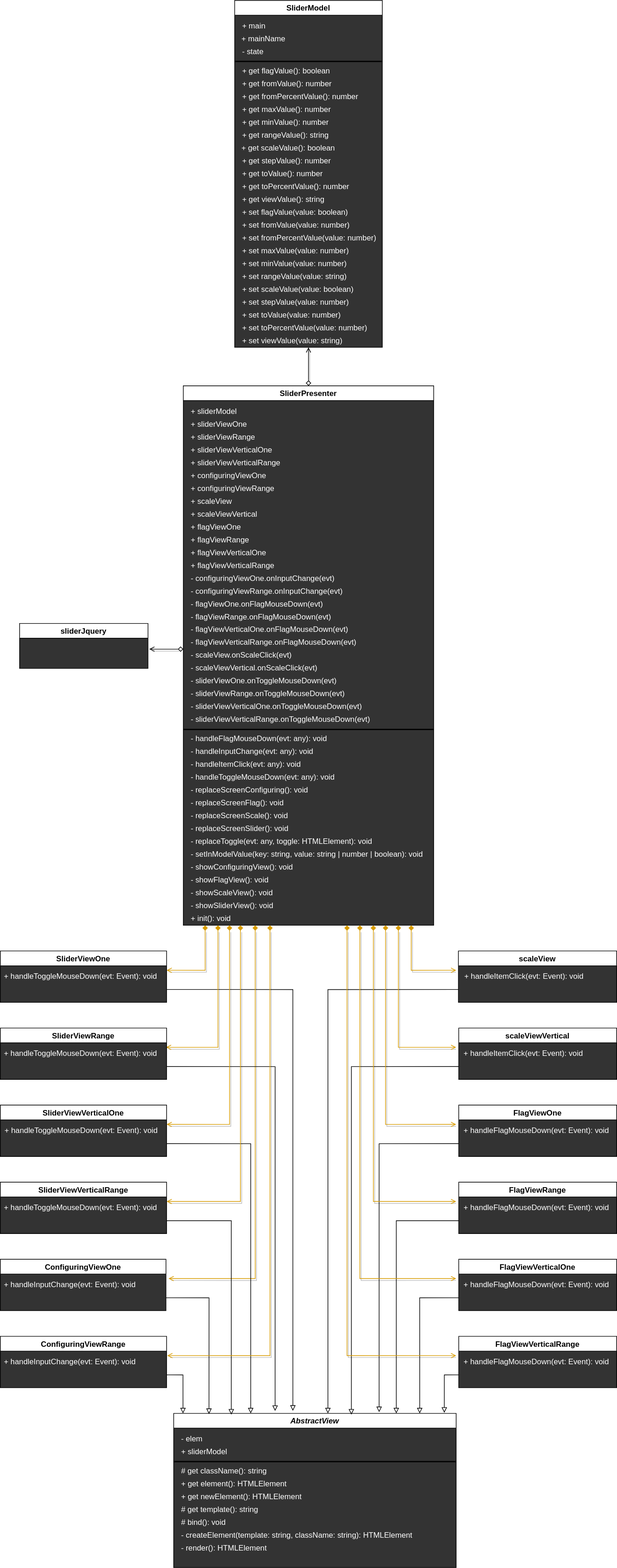
The draw.io diagram UML.svg in webproject67/Slider, before a commit. Source tidied: cells renumbered, new cells last; positions are measured from the earlier drawing's top-left corner, leaving out a move shared by most shapes.
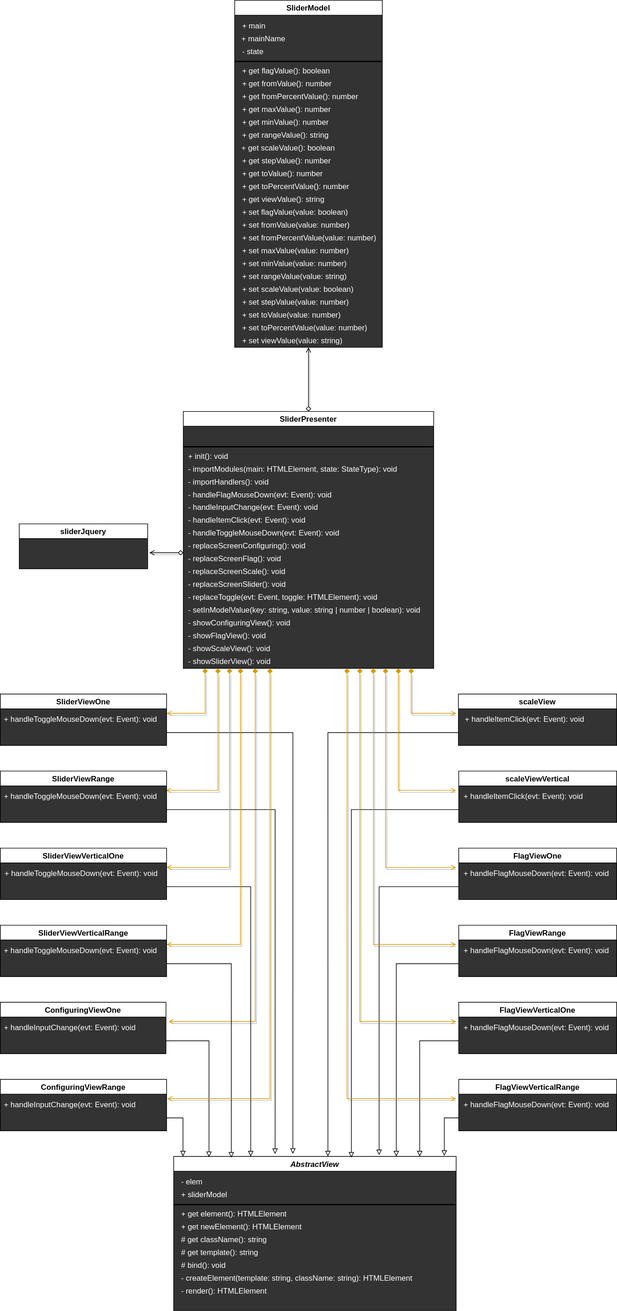
After the commit.

What changed in the source:
```diff
@@ -6,7 +6,7 @@
       <mxGeometry relative="1" as="geometry" />
     </mxCell>
     <mxCell id="3" value="SliderModel" style="swimlane;startSize=23;swimlaneFillColor=#333333;" parent="1" vertex="1">
-      <mxGeometry x="365" width="230" height="540" as="geometry" />
+      <mxGeometry x="365" y="400" width="230" height="540" as="geometry" />
     </mxCell>
     <mxCell id="4" value="&lt;font color=&quot;#ffffff&quot;&gt;- state&lt;/font&gt;" style="text;html=1;align=left;verticalAlign=middle;" parent="3" vertex="1">
       <mxGeometry x="10" y="70" width="50" height="20" as="geometry" />
@@ -90,10 +90,10 @@
       <mxGeometry x="270" y="2200" width="440" height="240" as="geometry" />
     </mxCell>
     <mxCell id="31" value="&lt;div style=&quot;line-height: 19px&quot;&gt;&lt;font style=&quot;font-size: 12px&quot; color=&quot;#ffffff&quot;&gt;+ get element(): HTMLElement&lt;/font&gt;&lt;/div&gt;" style="text;html=1;align=left;verticalAlign=middle;" parent="30" vertex="1">
-      <mxGeometry x="10" y="100" width="180" height="20" as="geometry" />
+      <mxGeometry x="10" y="80" width="180" height="20" as="geometry" />
     </mxCell>
     <mxCell id="32" value="&lt;div style=&quot;line-height: 19px&quot;&gt;&lt;font style=&quot;font-size: 12px&quot; color=&quot;#ffffff&quot;&gt;# get className(): string&lt;/font&gt;&lt;/div&gt;" style="text;html=1;align=left;verticalAlign=middle;" parent="30" vertex="1">
-      <mxGeometry x="10" y="80" width="150" height="20" as="geometry" />
+      <mxGeometry x="10" y="120" width="150" height="20" as="geometry" />
     </mxCell>
     <mxCell id="33" value="&lt;div style=&quot;line-height: 19px&quot;&gt;&lt;font style=&quot;font-size: 12px&quot; color=&quot;#ffffff&quot;&gt;# get template(): string&lt;/font&gt;&lt;/div&gt;" style="text;html=1;align=left;verticalAlign=middle;" parent="30" vertex="1">
       <mxGeometry x="10" y="140" width="140" height="20" as="geometry" />
@@ -117,7 +117,7 @@
       <mxGeometry x="10" y="200" width="150" height="20" as="geometry" />
     </mxCell>
     <mxCell id="40" value="&lt;div style=&quot;line-height: 19px&quot;&gt;&lt;font style=&quot;font-size: 12px&quot; color=&quot;#ffffff&quot;&gt;+ get newElement(): HTMLElement&lt;/font&gt;&lt;/div&gt;" style="text;html=1;align=left;verticalAlign=middle;" parent="30" vertex="1">
-      <mxGeometry x="10" y="120" width="200" height="20" as="geometry" />
+      <mxGeometry x="10" y="100" width="200" height="20" as="geometry" />
     </mxCell>
     <mxCell id="41" style="edgeStyle=orthogonalEdgeStyle;rounded=0;jettySize=auto;html=1;endArrow=block;endFill=0;exitX=1;exitY=0.75;exitDx=0;exitDy=0;entryX=0.422;entryY=-0.017;entryDx=0;entryDy=0;entryPerimeter=0;" parent="1" edge="1" source="43" target="30">
       <mxGeometry relative="1" as="geometry" />
@@ -138,131 +138,62 @@
       <mxGeometry x="4" y="30" width="250" height="20" as="geometry" />
     </mxCell>
     <mxCell id="46" value="SliderPresenter" style="swimlane;swimlaneFillColor=#333333;" parent="1" vertex="1">
-      <mxGeometry x="285" y="600" width="390" height="840" as="geometry" />
+      <mxGeometry x="285" y="1040" width="390" height="400" as="geometry" />
     </mxCell>
     <mxCell id="47" style="line;strokeWidth=2;html=1;" parent="46" vertex="1">
-      <mxGeometry y="530" width="390" height="10" as="geometry" />
+      <mxGeometry y="50" width="390" height="10" as="geometry" />
     </mxCell>
     <mxCell id="48" value="&lt;div style=&quot;line-height: 19px&quot;&gt;&lt;font style=&quot;font-size: 12px&quot; color=&quot;#ffffff&quot;&gt;- setInModelValue(key: string, value: string | number | boolean): void&lt;/font&gt;&lt;/div&gt;" style="text;html=1;align=left;verticalAlign=middle;" parent="46" vertex="1">
-      <mxGeometry x="10" y="720" width="380" height="20" as="geometry" />
+      <mxGeometry x="6" y="300" width="380" height="20" as="geometry" />
     </mxCell>
-    <mxCell id="49" value="&lt;font color=&quot;#ffffff&quot;&gt;+ sliderModel&lt;/font&gt;" style="text;html=1;align=left;verticalAlign=middle;" parent="46" vertex="1">
-      <mxGeometry x="10" y="30" width="90" height="20" as="geometry" />
-    </mxCell>
-    <mxCell id="50" value="&lt;font color=&quot;#ffffff&quot;&gt;+ sliderViewOne&lt;/font&gt;" style="text;html=1;align=left;verticalAlign=middle;" parent="46" vertex="1">
-      <mxGeometry x="10" y="50" width="100" height="20" as="geometry" />
-    </mxCell>
-    <mxCell id="51" value="&lt;font color=&quot;#ffffff&quot;&gt;+ sliderViewRange&lt;/font&gt;" style="text;html=1;align=left;verticalAlign=middle;" parent="46" vertex="1">
-      <mxGeometry x="10" y="70" width="120" height="20" as="geometry" />
-    </mxCell>
-    <mxCell id="52" value="&lt;font color=&quot;#ffffff&quot;&gt;+ sliderViewVerticalOne&lt;/font&gt;" style="text;html=1;align=left;verticalAlign=middle;" parent="46" vertex="1">
-      <mxGeometry x="10" y="90" width="140" height="20" as="geometry" />
-    </mxCell>
-    <mxCell id="53" value="&lt;font color=&quot;#ffffff&quot;&gt;+ sliderViewVerticalRange&lt;/font&gt;" style="text;html=1;align=left;verticalAlign=middle;" parent="46" vertex="1">
-      <mxGeometry x="10" y="110" width="160" height="20" as="geometry" />
-    </mxCell>
     <mxCell id="54" value="&lt;div style=&quot;line-height: 19px&quot;&gt;&lt;font style=&quot;font-size: 12px&quot; color=&quot;#ffffff&quot;&gt;- showConfiguringView(): void&lt;/font&gt;&lt;/div&gt;" style="text;html=1;align=left;verticalAlign=middle;" parent="46" vertex="1">
-      <mxGeometry x="10" y="740" width="170" height="20" as="geometry" />
+      <mxGeometry x="6" y="320" width="170" height="20" as="geometry" />
     </mxCell>
-    <mxCell id="55" value="&lt;font color=&quot;#ffffff&quot;&gt;+ configuringViewOne&lt;/font&gt;" style="text;html=1;align=left;verticalAlign=middle;" parent="46" vertex="1">
-      <mxGeometry x="10" y="130" width="130" height="20" as="geometry" />
-    </mxCell>
-    <mxCell id="56" value="&lt;font color=&quot;#ffffff&quot;&gt;+ configuringViewRange&lt;/font&gt;" style="text;html=1;align=left;verticalAlign=middle;" parent="46" vertex="1">
-      <mxGeometry x="10" y="150" width="150" height="20" as="geometry" />
-    </mxCell>
-    <mxCell id="57" value="&lt;font color=&quot;#ffffff&quot;&gt;+ scaleView&lt;/font&gt;" style="text;html=1;align=left;verticalAlign=middle;" parent="46" vertex="1">
-      <mxGeometry x="10" y="170" width="80" height="20" as="geometry" />
-    </mxCell>
-    <mxCell id="58" value="&lt;font color=&quot;#ffffff&quot;&gt;+ scaleViewVertical&lt;/font&gt;" style="text;html=1;align=left;verticalAlign=middle;" parent="46" vertex="1">
-      <mxGeometry x="10" y="190" width="120" height="20" as="geometry" />
-    </mxCell>
-    <mxCell id="59" value="&lt;font color=&quot;#ffffff&quot;&gt;+ flagViewOne&lt;/font&gt;" style="text;html=1;align=left;verticalAlign=middle;" parent="46" vertex="1">
-      <mxGeometry x="10" y="210" width="90" height="20" as="geometry" />
-    </mxCell>
-    <mxCell id="60" value="&lt;font color=&quot;#ffffff&quot;&gt;+ flagViewRange&lt;/font&gt;" style="text;html=1;align=left;verticalAlign=middle;" parent="46" vertex="1">
-      <mxGeometry x="10" y="230" width="110" height="20" as="geometry" />
-    </mxCell>
-    <mxCell id="61" value="&lt;font color=&quot;#ffffff&quot;&gt;+ flagViewVerticalOne&lt;/font&gt;" style="text;html=1;align=left;verticalAlign=middle;" parent="46" vertex="1">
-      <mxGeometry x="10" y="250" width="130" height="20" as="geometry" />
-    </mxCell>
-    <mxCell id="62" value="&lt;font color=&quot;#ffffff&quot;&gt;+ flagViewVerticalRange&lt;/font&gt;" style="text;html=1;align=left;verticalAlign=middle;" parent="46" vertex="1">
-      <mxGeometry x="10" y="270" width="150" height="20" as="geometry" />
-    </mxCell>
     <mxCell id="63" value="&lt;div style=&quot;line-height: 19px&quot;&gt;&lt;font style=&quot;font-size: 12px&quot; color=&quot;#ffffff&quot;&gt;- showFlagView(): void&lt;/font&gt;&lt;/div&gt;" style="text;html=1;align=left;verticalAlign=middle;" parent="46" vertex="1">
-      <mxGeometry x="10" y="760" width="140" height="20" as="geometry" />
+      <mxGeometry x="6" y="340" width="140" height="20" as="geometry" />
     </mxCell>
     <mxCell id="64" value="&lt;div style=&quot;line-height: 19px&quot;&gt;&lt;font style=&quot;font-size: 12px&quot; color=&quot;#ffffff&quot;&gt;- showScaleView(): void&lt;/font&gt;&lt;/div&gt;" style="text;html=1;align=left;verticalAlign=middle;" parent="46" vertex="1">
-      <mxGeometry x="10" y="780" width="140" height="20" as="geometry" />
+      <mxGeometry x="6" y="360" width="140" height="20" as="geometry" />
     </mxCell>
-    <mxCell id="65" value="&lt;div style=&quot;line-height: 19px&quot;&gt;&lt;font style=&quot;font-size: 12px&quot; color=&quot;#ffffff&quot;&gt;- sliderViewOne.onToggleMouseDown(evt)&lt;/font&gt;&lt;/div&gt;" style="text;html=1;align=left;verticalAlign=middle;" parent="46" vertex="1">
-      <mxGeometry x="10" y="450" width="240" height="20" as="geometry" />
-    </mxCell>
-    <mxCell id="66" value="&lt;div style=&quot;line-height: 19px&quot;&gt;&lt;font style=&quot;font-size: 12px&quot; color=&quot;#ffffff&quot;&gt;- sliderViewRange.onToggleMouseDown(evt)&lt;/font&gt;&lt;/div&gt;" style="text;html=1;align=left;verticalAlign=middle;" parent="46" vertex="1">
-      <mxGeometry x="10" y="470" width="260" height="20" as="geometry" />
-    </mxCell>
-    <mxCell id="67" value="&lt;div style=&quot;line-height: 19px&quot;&gt;&lt;font style=&quot;font-size: 12px&quot; color=&quot;#ffffff&quot;&gt;- sliderViewVerticalRange.onToggleMouseDown(evt)&lt;/font&gt;&lt;/div&gt;" style="text;html=1;align=left;verticalAlign=middle;" parent="46" vertex="1">
-      <mxGeometry x="10" y="510" width="290" height="20" as="geometry" />
-    </mxCell>
-    <mxCell id="68" value="&lt;div style=&quot;line-height: 19px&quot;&gt;&lt;font style=&quot;font-size: 12px&quot; color=&quot;#ffffff&quot;&gt;- sliderViewVerticalOne.onToggleMouseDown(evt)&lt;/font&gt;&lt;/div&gt;" style="text;html=1;align=left;verticalAlign=middle;" parent="46" vertex="1">
-      <mxGeometry x="10" y="490" width="280" height="20" as="geometry" />
-    </mxCell>
-    <mxCell id="69" value="&lt;div style=&quot;line-height: 19px&quot;&gt;&lt;font style=&quot;font-size: 12px&quot; color=&quot;#ffffff&quot;&gt;- configuringViewOne.onInputChange(evt)&lt;/font&gt;&lt;/div&gt;" style="text;html=1;align=left;verticalAlign=middle;" parent="46" vertex="1">
-      <mxGeometry x="10" y="290" width="240" height="20" as="geometry" />
-    </mxCell>
-    <mxCell id="70" value="&lt;div style=&quot;line-height: 19px&quot;&gt;&lt;font style=&quot;font-size: 12px&quot; color=&quot;#ffffff&quot;&gt;- configuringViewRange.onInputChange(evt)&lt;/font&gt;&lt;/div&gt;" style="text;html=1;align=left;verticalAlign=middle;" parent="46" vertex="1">
-      <mxGeometry x="10" y="310" width="250" height="20" as="geometry" />
-    </mxCell>
-    <mxCell id="71" value="&lt;font color=&quot;#ffffff&quot;&gt;- scaleView.onScaleClick(evt)&lt;/font&gt;" style="text;html=1;align=left;verticalAlign=middle;" parent="46" vertex="1">
-      <mxGeometry x="10" y="410" width="170" height="20" as="geometry" />
-    </mxCell>
-    <mxCell id="72" value="&lt;font color=&quot;#ffffff&quot;&gt;- scaleViewVertical.onScaleClick(evt)&lt;/font&gt;" style="text;html=1;align=left;verticalAlign=middle;" parent="46" vertex="1">
-      <mxGeometry x="10" y="430" width="210" height="20" as="geometry" />
-    </mxCell>
-    <mxCell id="73" value="&lt;div style=&quot;line-height: 19px&quot;&gt;&lt;font style=&quot;font-size: 12px&quot; color=&quot;#ffffff&quot;&gt;- flagViewOne.onFlagMouseDown(evt)&lt;/font&gt;&lt;/div&gt;" style="text;html=1;align=left;verticalAlign=middle;" parent="46" vertex="1">
-      <mxGeometry x="10" y="330" width="220" height="20" as="geometry" />
-    </mxCell>
-    <mxCell id="74" value="&lt;div style=&quot;line-height: 19px&quot;&gt;&lt;font style=&quot;font-size: 12px&quot; color=&quot;#ffffff&quot;&gt;- flagViewRange.onFlagMouseDown(evt)&lt;/font&gt;&lt;/div&gt;" style="text;html=1;align=left;verticalAlign=middle;" parent="46" vertex="1">
-      <mxGeometry x="10" y="350" width="230" height="20" as="geometry" />
-    </mxCell>
-    <mxCell id="75" value="&lt;div style=&quot;line-height: 19px&quot;&gt;&lt;font style=&quot;font-size: 12px&quot; color=&quot;#ffffff&quot;&gt;- flagViewVerticalRange.onFlagMouseDown(evt)&lt;/font&gt;&lt;/div&gt;" style="text;html=1;align=left;verticalAlign=middle;" parent="46" vertex="1">
-      <mxGeometry x="10" y="390" width="270" height="20" as="geometry" />
-    </mxCell>
-    <mxCell id="76" value="&lt;div style=&quot;line-height: 19px&quot;&gt;&lt;font style=&quot;font-size: 12px&quot; color=&quot;#ffffff&quot;&gt;- flagViewVerticalOne.onFlagMouseDown(evt)&lt;/font&gt;&lt;/div&gt;" style="text;html=1;align=left;verticalAlign=middle;" parent="46" vertex="1">
-      <mxGeometry x="10" y="370" width="260" height="20" as="geometry" />
-    </mxCell>
     <mxCell id="77" value="&lt;div style=&quot;line-height: 19px&quot;&gt;&lt;font style=&quot;font-size: 12px&quot; color=&quot;#ffffff&quot;&gt;- replaceScreenConfiguring(): void&lt;/font&gt;&lt;/div&gt;" style="text;html=1;align=left;verticalAlign=middle;" parent="46" vertex="1">
-      <mxGeometry x="10" y="620" width="200" height="20" as="geometry" />
+      <mxGeometry x="6" y="200" width="200" height="20" as="geometry" />
     </mxCell>
     <mxCell id="78" value="&lt;div style=&quot;line-height: 19px&quot;&gt;&lt;font style=&quot;font-size: 12px&quot; color=&quot;#ffffff&quot;&gt;- replaceScreenFlag(): void&lt;/font&gt;&lt;/div&gt;" style="text;html=1;align=left;verticalAlign=middle;" parent="46" vertex="1">
-      <mxGeometry x="10" y="640" width="160" height="20" as="geometry" />
+      <mxGeometry x="6" y="220" width="160" height="20" as="geometry" />
     </mxCell>
-    <mxCell id="79" value="&lt;div style=&quot;line-height: 19px&quot;&gt;&lt;font style=&quot;font-size: 12px&quot; color=&quot;#ffffff&quot;&gt;+ init(): void&lt;/font&gt;&lt;/div&gt;" style="text;html=1;align=left;verticalAlign=middle;" parent="46" vertex="1">
-      <mxGeometry x="10" y="820" width="80" height="20" as="geometry" />
-    </mxCell>
     <mxCell id="80" value="&lt;div style=&quot;line-height: 19px&quot;&gt;&lt;font style=&quot;font-size: 12px&quot; color=&quot;#ffffff&quot;&gt;- replaceScreenScale(): void&lt;/font&gt;&lt;/div&gt;" style="text;html=1;align=left;verticalAlign=middle;" parent="46" vertex="1">
-      <mxGeometry x="10" y="660" width="170" height="20" as="geometry" />
+      <mxGeometry x="6" y="240" width="170" height="20" as="geometry" />
     </mxCell>
     <mxCell id="81" value="&lt;div style=&quot;line-height: 19px&quot;&gt;&lt;font style=&quot;font-size: 12px&quot; color=&quot;#ffffff&quot;&gt;- replaceScreenSlider(): void&lt;/font&gt;&lt;/div&gt;" style="text;html=1;align=left;verticalAlign=middle;" parent="46" vertex="1">
-      <mxGeometry x="10" y="680" width="170" height="20" as="geometry" />
+      <mxGeometry x="6" y="260" width="170" height="20" as="geometry" />
     </mxCell>
-    <mxCell id="82" value="&lt;div style=&quot;line-height: 19px&quot;&gt;&lt;font style=&quot;font-size: 12px&quot; color=&quot;#ffffff&quot;&gt;- replaceToggle(evt: any, toggle: HTMLElement): void&lt;/font&gt;&lt;/div&gt;" style="text;html=1;align=left;verticalAlign=middle;" parent="46" vertex="1">
-      <mxGeometry x="10" y="700" width="300" height="20" as="geometry" />
+    <mxCell id="82" value="&lt;div style=&quot;line-height: 19px&quot;&gt;&lt;font style=&quot;font-size: 12px&quot; color=&quot;#ffffff&quot;&gt;- replaceToggle(evt: Event, toggle: HTMLElement): void&lt;/font&gt;&lt;/div&gt;" style="text;html=1;align=left;verticalAlign=middle;" parent="46" vertex="1">
+      <mxGeometry x="6" y="280" width="310" height="20" as="geometry" />
     </mxCell>
     <mxCell id="83" value="&lt;div style=&quot;line-height: 19px&quot;&gt;&lt;font style=&quot;font-size: 12px&quot; color=&quot;#ffffff&quot;&gt;- showSliderView(): void&lt;/font&gt;&lt;/div&gt;" style="text;html=1;align=left;verticalAlign=middle;" parent="46" vertex="1">
-      <mxGeometry x="10" y="800" width="140" height="20" as="geometry" />
+      <mxGeometry x="6" y="380" width="140" height="20" as="geometry" />
     </mxCell>
-    <mxCell id="84" value="&lt;div style=&quot;line-height: 19px&quot;&gt;&lt;font style=&quot;font-size: 12px&quot; color=&quot;#ffffff&quot;&gt;- handleFlagMouseDown(evt: any): void&lt;/font&gt;&lt;/div&gt;" style="text;html=1;align=left;verticalAlign=middle;" parent="46" vertex="1">
-      <mxGeometry x="10" y="540" width="230" height="20" as="geometry" />
+    <mxCell id="84" value="&lt;div style=&quot;line-height: 19px&quot;&gt;&lt;font style=&quot;font-size: 12px&quot; color=&quot;#ffffff&quot;&gt;- handleFlagMouseDown(evt: Event): void&lt;/font&gt;&lt;/div&gt;" style="text;html=1;align=left;verticalAlign=middle;" parent="46" vertex="1">
+      <mxGeometry x="6" y="120" width="240" height="20" as="geometry" />
     </mxCell>
-    <mxCell id="85" value="&lt;div style=&quot;line-height: 19px&quot;&gt;&lt;font style=&quot;font-size: 12px&quot; color=&quot;#ffffff&quot;&gt;- handleItemClick(evt: any): void&lt;/font&gt;&lt;/div&gt;" style="text;html=1;align=left;verticalAlign=middle;" parent="46" vertex="1">
-      <mxGeometry x="10" y="580" width="190" height="20" as="geometry" />
+    <mxCell id="85" value="&lt;div style=&quot;line-height: 19px&quot;&gt;&lt;font style=&quot;font-size: 12px&quot; color=&quot;#ffffff&quot;&gt;- handleItemClick(evt: Event): void&lt;/font&gt;&lt;/div&gt;" style="text;html=1;align=left;verticalAlign=middle;" parent="46" vertex="1">
+      <mxGeometry x="6" y="160" width="200" height="20" as="geometry" />
     </mxCell>
-    <mxCell id="86" value="&lt;div style=&quot;line-height: 19px&quot;&gt;&lt;font style=&quot;font-size: 12px&quot; color=&quot;#ffffff&quot;&gt;- handleInputChange(evt: any): void&lt;/font&gt;&lt;/div&gt;" style="text;html=1;align=left;verticalAlign=middle;" parent="46" vertex="1">
-      <mxGeometry x="10" y="560" width="210" height="20" as="geometry" />
+    <mxCell id="86" value="&lt;div style=&quot;line-height: 19px&quot;&gt;&lt;font style=&quot;font-size: 12px&quot; color=&quot;#ffffff&quot;&gt;- handleInputChange(evt: Event): void&lt;/font&gt;&lt;/div&gt;" style="text;html=1;align=left;verticalAlign=middle;" parent="46" vertex="1">
+      <mxGeometry x="6" y="140" width="220" height="20" as="geometry" />
     </mxCell>
-    <mxCell id="87" value="&lt;div style=&quot;line-height: 19px&quot;&gt;&lt;font style=&quot;font-size: 12px&quot; color=&quot;#ffffff&quot;&gt;- handleToggleMouseDown(evt: any): void&lt;/font&gt;&lt;/div&gt;" style="text;html=1;align=left;verticalAlign=middle;" parent="46" vertex="1">
-      <mxGeometry x="10" y="600" width="240" height="20" as="geometry" />
+    <mxCell id="87" value="&lt;div style=&quot;line-height: 19px&quot;&gt;&lt;font style=&quot;font-size: 12px&quot; color=&quot;#ffffff&quot;&gt;- handleToggleMouseDown(evt: Event): void&lt;/font&gt;&lt;/div&gt;" style="text;html=1;align=left;verticalAlign=middle;" parent="46" vertex="1">
+      <mxGeometry x="6" y="180" width="250" height="20" as="geometry" />
     </mxCell>
+    <mxCell id="79" value="&lt;div style=&quot;line-height: 19px&quot;&gt;&lt;font style=&quot;font-size: 12px&quot; color=&quot;#ffffff&quot;&gt;+ init(): void&lt;/font&gt;&lt;/div&gt;" style="text;html=1;align=left;verticalAlign=middle;" parent="46" vertex="1">
+      <mxGeometry x="6" y="60" width="80" height="20" as="geometry" />
+    </mxCell>
+    <mxCell id="147" value="&lt;div style=&quot;line-height: 19px&quot;&gt;&lt;font style=&quot;font-size: 12px&quot; color=&quot;#ffffff&quot;&gt;- importModules(main: HTMLElement, state: StateType): void&lt;/font&gt;&lt;/div&gt;" style="text;html=1;align=left;verticalAlign=middle;" parent="46" vertex="1">
+      <mxGeometry x="6" y="80" width="340" height="20" as="geometry" />
+    </mxCell>
+    <mxCell id="148" value="&lt;div style=&quot;line-height: 19px&quot;&gt;&lt;font style=&quot;font-size: 12px&quot; color=&quot;#ffffff&quot;&gt;- importHandlers(): void&lt;/font&gt;&lt;/div&gt;" style="text;html=1;align=left;verticalAlign=middle;" parent="46" vertex="1">
+      <mxGeometry x="6" y="100" width="140" height="20" as="geometry" />
+    </mxCell>
     <mxCell id="88" style="edgeStyle=orthogonalEdgeStyle;rounded=0;jettySize=auto;html=1;entryX=0.125;entryY=0.004;entryDx=0;entryDy=0;entryPerimeter=0;endArrow=block;endFill=0;exitX=1;exitY=0.75;exitDx=0;exitDy=0;" parent="1" edge="1" source="90" target="30">
       <mxGeometry relative="1" as="geometry" />
     </mxCell>
@@ -476,12 +407,12 @@
       <mxGeometry x="4" y="30" width="220" height="20" as="geometry" />
     </mxCell>
     <mxCell id="145" value="sliderJquery" style="swimlane;swimlaneFillColor=#333333;" parent="1" vertex="1">
-      <mxGeometry x="30" y="970" width="200" height="70" as="geometry" />
+      <mxGeometry x="29.5" y="1215" width="200" height="70" as="geometry" />
     </mxCell>
     <mxCell id="146" style="edgeStyle=orthogonalEdgeStyle;rounded=0;orthogonalLoop=1;jettySize=auto;html=1;shadow=1;endArrow=diamond;endFill=0;strokeWidth=1;startArrow=open;startFill=0;" parent="1" edge="1">
       <mxGeometry relative="1" as="geometry">
-        <mxPoint x="232" y="1010" as="sourcePoint" />
-        <mxPoint x="285" y="1010" as="targetPoint" />
+        <mxPoint x="232" y="1260" as="sourcePoint" />
+        <mxPoint x="285" y="1260" as="targetPoint" />
       </mxGeometry>
     </mxCell>
   </root>
```
